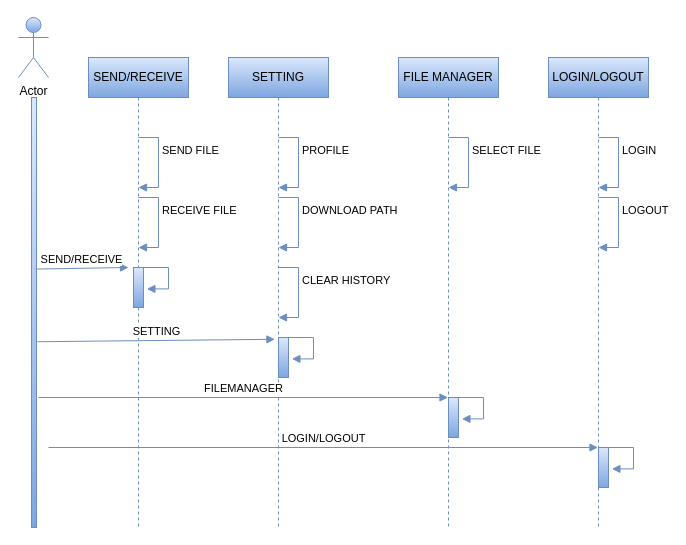
Earlier version of the draw.io diagram uml.drawio (foji111/SHAREthem). Source tidied: cells renumbered, new cells numbered last; positions are measured from the earlier drawing's top-left corner, leaving out a move shared by most shapes. Both pictures are drawn from the tidied source at 100%, with x=0, y=0 at pixel (18, 17).
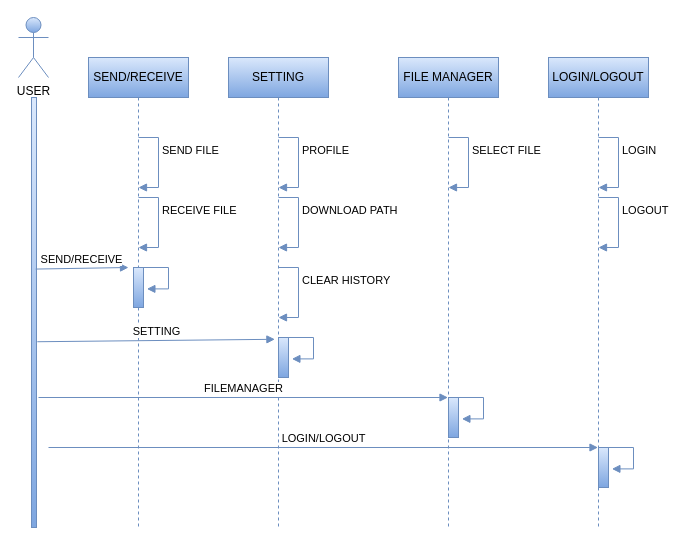
After the change.

Change to the diagram source:
```diff
@@
-    <mxCell id="2" value="Actor" style="shape=umlActor;verticalLabelPosition=bottom;verticalAlign=top;html=1;gradientColor=#7ea6e0;fillColor=#dae8fc;strokeColor=#6c8ebf;" parent="1" vertex="1">
+    <mxCell id="2" value="USER" style="shape=umlActor;verticalLabelPosition=bottom;verticalAlign=top;html=1;gradientColor=#7ea6e0;fillColor=#dae8fc;strokeColor=#6c8ebf;" parent="1" vertex="1">
       <mxGeometry width="30" height="60" as="geometry" />
     </mxCell>
```
